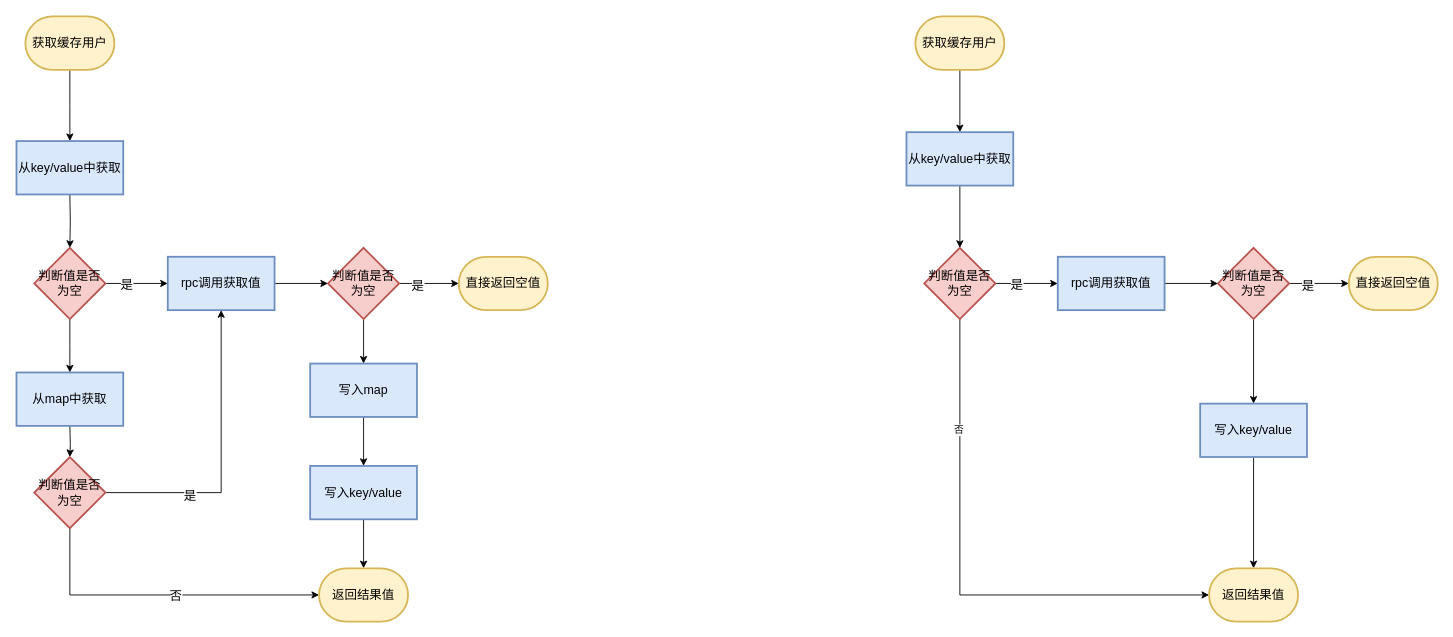
This is page "第 1 页" (1 of 2) of 中台/用户中心/大hash优化.drawio from gudujiujian11/diagram, a draw.io file, before an edit. Source tidied: cells renumbered, new cells numbered last; positions are measured from the earlier drawing's top-left corner, leaving out a move shared by most shapes. Both pictures are drawn from the tidied source at 89%, with x=0, y=0 at pixel (16, 16).
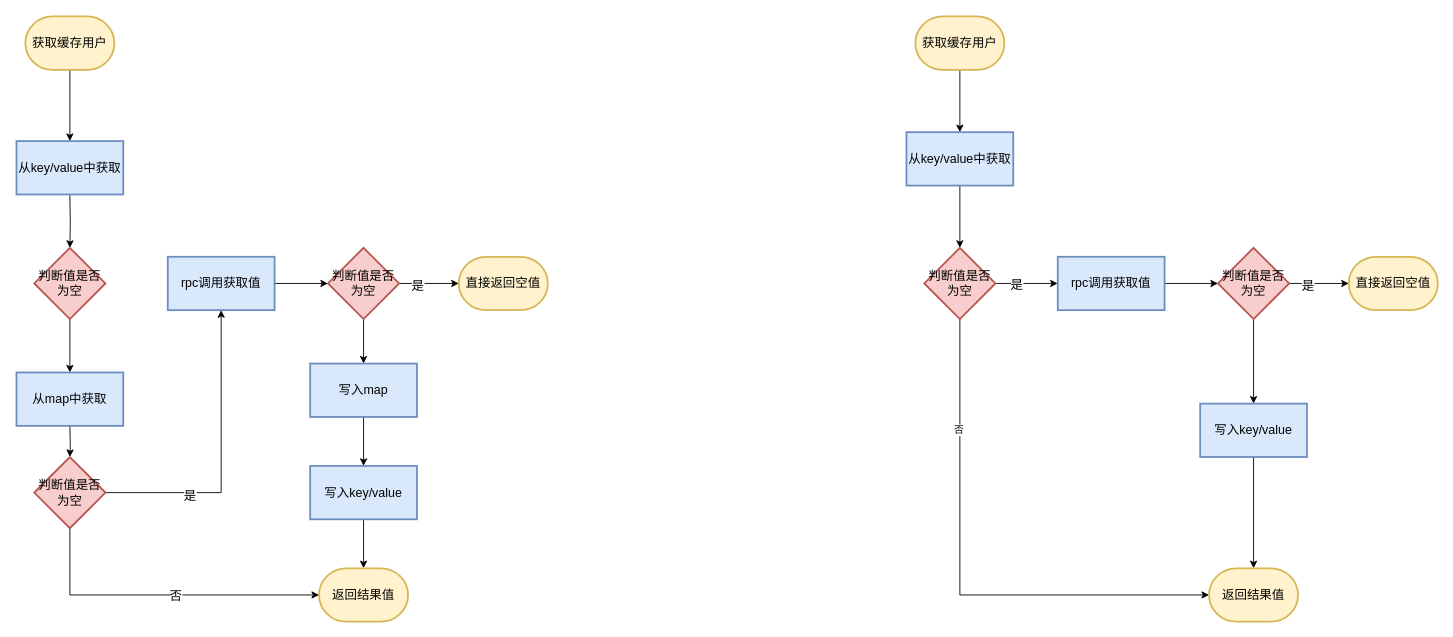
The same page after the edit.

Commit message:
更新大hash优化.drawio

Unchanged cells that the change refers to:
```xml
<mxCell id="8" value="判断值是否为空" style="rhombus;whiteSpace=wrap;html=1;strokeWidth=2;fontSize=14;fillColor=#f8cecc;strokeColor=#b85450;" parent="1" vertex="1">
  <mxGeometry x="20" y="260" width="80" height="80" as="geometry" />
</mxCell>
<mxCell id="10" value="rpc调用获取值" style="whiteSpace=wrap;html=1;strokeWidth=2;fontSize=14;fillColor=#dae8fc;strokeColor=#6c8ebf;" parent="1" vertex="1">
  <mxGeometry x="170" y="270" width="120" height="60" as="geometry" />
</mxCell>
```

Change to the diagram source:
```diff
@@
-    <mxCell id="5" style="edgeStyle=orthogonalEdgeStyle;rounded=0;jettySize=auto;html=1;fontSize=14;" parent="1" edge="1" source="8" target="10">
-      <mxGeometry relative="1" as="geometry" />
-    </mxCell>
-    <mxCell id="6" value="是" style="edgeLabel;html=1;align=center;verticalAlign=middle;fontSize=14;" parent="5" vertex="1">
-      <mxGeometry x="-0.33" relative="1" as="geometry">
-        <mxPoint y="1" as="offset" />
-      </mxGeometry>
-    </mxCell>
```
